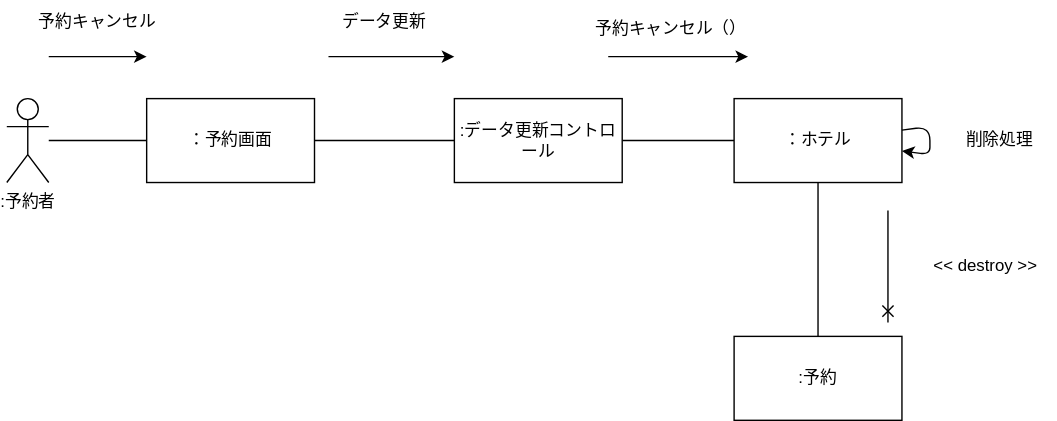
allface017/uml-introduction keeps this draw.io diagram as 演習５-2_CD_予約登録削除.drawio.svg. Above is the earlier version. Source tidied: cells renumbered, new cells last; positions are measured from the earlier drawing's top-left corner, leaving out a move shared by most shapes. Source of this version:
```xml
<mxGraphModel>
  <root>
    <mxCell id="0" />
    <mxCell id="1" parent="0" />
    <mxCell id="2" value=":予約者" style="shape=umlActor;verticalLabelPosition=bottom;verticalAlign=top;html=1;outlineConnect=0;" parent="1" vertex="1">
      <mxGeometry y="70" width="30" height="60" as="geometry" />
    </mxCell>
    <mxCell id="3" style="edgeStyle=none;html=1;endArrow=none;endFill=0;" parent="1" edge="1" source="5" target="2">
      <mxGeometry relative="1" as="geometry" />
    </mxCell>
    <mxCell id="4" style="edgeStyle=none;html=1;endArrow=none;endFill=0;" parent="1" edge="1" source="5" target="7">
      <mxGeometry relative="1" as="geometry" />
    </mxCell>
    <mxCell id="5" value="：予約画面" style="rounded=0;whiteSpace=wrap;html=1;" parent="1" vertex="1">
      <mxGeometry x="100" y="70" width="120" height="60" as="geometry" />
    </mxCell>
    <mxCell id="6" style="edgeStyle=none;html=1;endArrow=none;endFill=0;entryX=0;entryY=0.5;entryDx=0;entryDy=0;" parent="1" edge="1" source="7" target="10">
      <mxGeometry relative="1" as="geometry" />
    </mxCell>
    <mxCell id="7" value=":データ更新コントロール" style="rounded=0;whiteSpace=wrap;html=1;" parent="1" vertex="1">
      <mxGeometry x="320" y="70" width="120" height="60" as="geometry" />
    </mxCell>
    <mxCell id="8" style="edgeStyle=none;html=1;endArrow=none;endFill=0;" parent="1" edge="1" source="9" target="10">
      <mxGeometry relative="1" as="geometry" />
    </mxCell>
    <mxCell id="9" value=":予約" style="rounded=0;whiteSpace=wrap;html=1;" parent="1" vertex="1">
      <mxGeometry x="520" y="240" width="120" height="60" as="geometry" />
    </mxCell>
    <mxCell id="10" value="：ホテル" style="rounded=0;whiteSpace=wrap;html=1;" parent="1" vertex="1">
      <mxGeometry x="520" y="70" width="120" height="60" as="geometry" />
    </mxCell>
    <mxCell id="11" style="endArrow=classic;html=1;" parent="1" edge="1">
      <mxGeometry relative="1" as="geometry">
        <mxPoint x="30" y="40" as="sourcePoint" />
        <mxPoint x="100" y="40" as="targetPoint" />
      </mxGeometry>
    </mxCell>
    <mxCell id="12" value="予約キャンセル" style="text;html=1;strokeColor=none;fillColor=none;align=center;verticalAlign=middle;whiteSpace=wrap;rounded=0;" parent="1" vertex="1">
      <mxGeometry x="20" width="90" height="30" as="geometry" />
    </mxCell>
    <mxCell id="13" style="endArrow=classic;html=1;" parent="1" edge="1">
      <mxGeometry relative="1" as="geometry">
        <mxPoint x="230" y="40" as="sourcePoint" />
        <mxPoint x="320" y="40" as="targetPoint" />
      </mxGeometry>
    </mxCell>
    <mxCell id="14" value="データ更新" style="text;html=1;strokeColor=none;fillColor=none;align=center;verticalAlign=middle;whiteSpace=wrap;rounded=0;" parent="1" vertex="1">
      <mxGeometry x="230" width="80" height="30" as="geometry" />
    </mxCell>
    <mxCell id="15" style="endArrow=classic;html=1;entryX=1;entryY=1;entryDx=0;entryDy=0;" parent="1" edge="1" target="16">
      <mxGeometry relative="1" as="geometry">
        <mxPoint x="430" y="40" as="sourcePoint" />
      </mxGeometry>
    </mxCell>
    <mxCell id="16" value="予約キャンセル（）" style="text;html=1;strokeColor=none;fillColor=none;align=center;verticalAlign=middle;whiteSpace=wrap;rounded=0;" parent="1" vertex="1">
      <mxGeometry x="420" width="110" height="40" as="geometry" />
    </mxCell>
    <mxCell id="17" style="endArrow=none;html=1;startArrow=cross;startFill=0;endFill=0;" parent="1" edge="1">
      <mxGeometry relative="1" as="geometry">
        <mxPoint x="630" y="230" as="sourcePoint" />
        <mxPoint x="630" y="150" as="targetPoint" />
      </mxGeometry>
    </mxCell>
    <mxCell id="18" value="&lt;div style=&quot;&quot;&gt;&amp;lt;&amp;lt; destroy&lt;span style=&quot;background-color: initial;&quot;&gt;&amp;nbsp;&amp;gt;&amp;gt;&lt;/span&gt;&lt;/div&gt;" style="text;html=1;strokeColor=none;fillColor=none;align=center;verticalAlign=middle;whiteSpace=wrap;rounded=0;" parent="1" vertex="1">
      <mxGeometry x="650" y="170" width="100" height="40" as="geometry" />
    </mxCell>
    <mxCell id="19" style="edgeStyle=none;html=1;startArrow=none;startFill=0;endArrow=classic;endFill=1;" parent="1" edge="1" source="10" target="10">
      <mxGeometry relative="1" as="geometry" />
    </mxCell>
    <mxCell id="20" value="削除処理" style="text;html=1;strokeColor=none;fillColor=none;align=center;verticalAlign=middle;whiteSpace=wrap;rounded=0;" parent="1" vertex="1">
      <mxGeometry x="680" y="85" width="60" height="30" as="geometry" />
    </mxCell>
  </root>
</mxGraphModel>
```
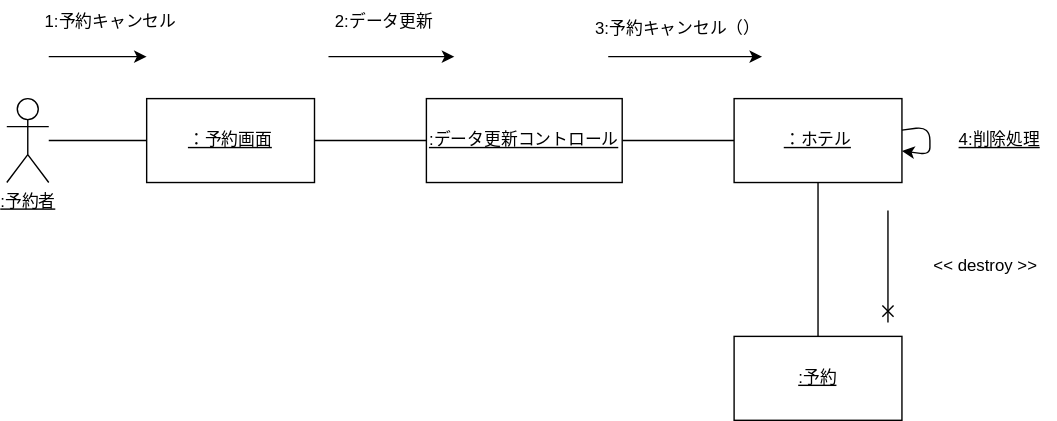
The same file after the commit.

Diff of the diagram source:
```diff
@@ -2,7 +2,7 @@
   <root>
     <mxCell id="0" />
     <mxCell id="1" parent="0" />
-    <mxCell id="2" value=":予約者" style="shape=umlActor;verticalLabelPosition=bottom;verticalAlign=top;html=1;outlineConnect=0;" parent="1" vertex="1">
+    <mxCell id="2" value="&lt;u&gt;:予約者&lt;/u&gt;" style="shape=umlActor;verticalLabelPosition=bottom;verticalAlign=top;html=1;outlineConnect=0;" parent="1" vertex="1">
       <mxGeometry y="70" width="30" height="60" as="geometry" />
     </mxCell>
     <mxCell id="3" style="edgeStyle=none;html=1;endArrow=none;endFill=0;" parent="1" edge="1" source="5" target="2">
@@ -11,22 +11,22 @@
     <mxCell id="4" style="edgeStyle=none;html=1;endArrow=none;endFill=0;" parent="1" edge="1" source="5" target="7">
       <mxGeometry relative="1" as="geometry" />
     </mxCell>
-    <mxCell id="5" value="：予約画面" style="rounded=0;whiteSpace=wrap;html=1;" parent="1" vertex="1">
+    <mxCell id="5" value="&lt;p style=&quot;line-height: 120%;&quot;&gt;&lt;u&gt;：予約画面&lt;/u&gt;&lt;/p&gt;" style="rounded=0;whiteSpace=wrap;html=1;" parent="1" vertex="1">
       <mxGeometry x="100" y="70" width="120" height="60" as="geometry" />
     </mxCell>
     <mxCell id="6" style="edgeStyle=none;html=1;endArrow=none;endFill=0;entryX=0;entryY=0.5;entryDx=0;entryDy=0;" parent="1" edge="1" source="7" target="10">
       <mxGeometry relative="1" as="geometry" />
     </mxCell>
-    <mxCell id="7" value=":データ更新コントロール" style="rounded=0;whiteSpace=wrap;html=1;" parent="1" vertex="1">
-      <mxGeometry x="320" y="70" width="120" height="60" as="geometry" />
+    <mxCell id="7" value="&lt;u&gt;:データ更新コントロール&lt;/u&gt;" style="rounded=0;whiteSpace=wrap;html=1;" parent="1" vertex="1">
+      <mxGeometry x="300" y="70" width="140" height="60" as="geometry" />
     </mxCell>
     <mxCell id="8" style="edgeStyle=none;html=1;endArrow=none;endFill=0;" parent="1" edge="1" source="9" target="10">
       <mxGeometry relative="1" as="geometry" />
     </mxCell>
-    <mxCell id="9" value=":予約" style="rounded=0;whiteSpace=wrap;html=1;" parent="1" vertex="1">
+    <mxCell id="9" value="&lt;u&gt;:予約&lt;/u&gt;" style="rounded=0;whiteSpace=wrap;html=1;" parent="1" vertex="1">
       <mxGeometry x="520" y="240" width="120" height="60" as="geometry" />
     </mxCell>
-    <mxCell id="10" value="：ホテル" style="rounded=0;whiteSpace=wrap;html=1;" parent="1" vertex="1">
+    <mxCell id="10" value="&lt;u&gt;：ホテル&lt;/u&gt;" style="rounded=0;whiteSpace=wrap;html=1;" parent="1" vertex="1">
       <mxGeometry x="520" y="70" width="120" height="60" as="geometry" />
     </mxCell>
     <mxCell id="11" style="endArrow=classic;html=1;" parent="1" edge="1">
@@ -35,8 +35,8 @@
         <mxPoint x="100" y="40" as="targetPoint" />
       </mxGeometry>
     </mxCell>
-    <mxCell id="12" value="予約キャンセル" style="text;html=1;strokeColor=none;fillColor=none;align=center;verticalAlign=middle;whiteSpace=wrap;rounded=0;" parent="1" vertex="1">
-      <mxGeometry x="20" width="90" height="30" as="geometry" />
+    <mxCell id="12" value="1:予約キャンセル" style="text;html=1;strokeColor=none;fillColor=none;align=center;verticalAlign=middle;whiteSpace=wrap;rounded=0;" parent="1" vertex="1">
+      <mxGeometry x="19" width="111" height="30" as="geometry" />
     </mxCell>
     <mxCell id="13" style="endArrow=classic;html=1;" parent="1" edge="1">
       <mxGeometry relative="1" as="geometry">
@@ -44,7 +44,7 @@
         <mxPoint x="320" y="40" as="targetPoint" />
       </mxGeometry>
     </mxCell>
-    <mxCell id="14" value="データ更新" style="text;html=1;strokeColor=none;fillColor=none;align=center;verticalAlign=middle;whiteSpace=wrap;rounded=0;" parent="1" vertex="1">
+    <mxCell id="14" value="2:データ更新" style="text;html=1;strokeColor=none;fillColor=none;align=center;verticalAlign=middle;whiteSpace=wrap;rounded=0;" parent="1" vertex="1">
       <mxGeometry x="230" width="80" height="30" as="geometry" />
     </mxCell>
     <mxCell id="15" style="endArrow=classic;html=1;entryX=1;entryY=1;entryDx=0;entryDy=0;" parent="1" edge="1" target="16">
@@ -52,8 +52,8 @@
         <mxPoint x="430" y="40" as="sourcePoint" />
       </mxGeometry>
     </mxCell>
-    <mxCell id="16" value="予約キャンセル（）" style="text;html=1;strokeColor=none;fillColor=none;align=center;verticalAlign=middle;whiteSpace=wrap;rounded=0;" parent="1" vertex="1">
-      <mxGeometry x="420" width="110" height="40" as="geometry" />
+    <mxCell id="16" value="3:予約キャンセル（）" style="text;html=1;strokeColor=none;fillColor=none;align=center;verticalAlign=middle;whiteSpace=wrap;rounded=0;" parent="1" vertex="1">
+      <mxGeometry x="420" width="120" height="40" as="geometry" />
     </mxCell>
     <mxCell id="17" style="endArrow=none;html=1;startArrow=cross;startFill=0;endFill=0;" parent="1" edge="1">
       <mxGeometry relative="1" as="geometry">
@@ -67,7 +67,7 @@
     <mxCell id="19" style="edgeStyle=none;html=1;startArrow=none;startFill=0;endArrow=classic;endFill=1;" parent="1" edge="1" source="10" target="10">
       <mxGeometry relative="1" as="geometry" />
     </mxCell>
-    <mxCell id="20" value="削除処理" style="text;html=1;strokeColor=none;fillColor=none;align=center;verticalAlign=middle;whiteSpace=wrap;rounded=0;" parent="1" vertex="1">
+    <mxCell id="20" value="&lt;u&gt;4:削除処理&lt;/u&gt;" style="text;html=1;strokeColor=none;fillColor=none;align=center;verticalAlign=middle;whiteSpace=wrap;rounded=0;" parent="1" vertex="1">
       <mxGeometry x="680" y="85" width="60" height="30" as="geometry" />
     </mxCell>
   </root>
```
